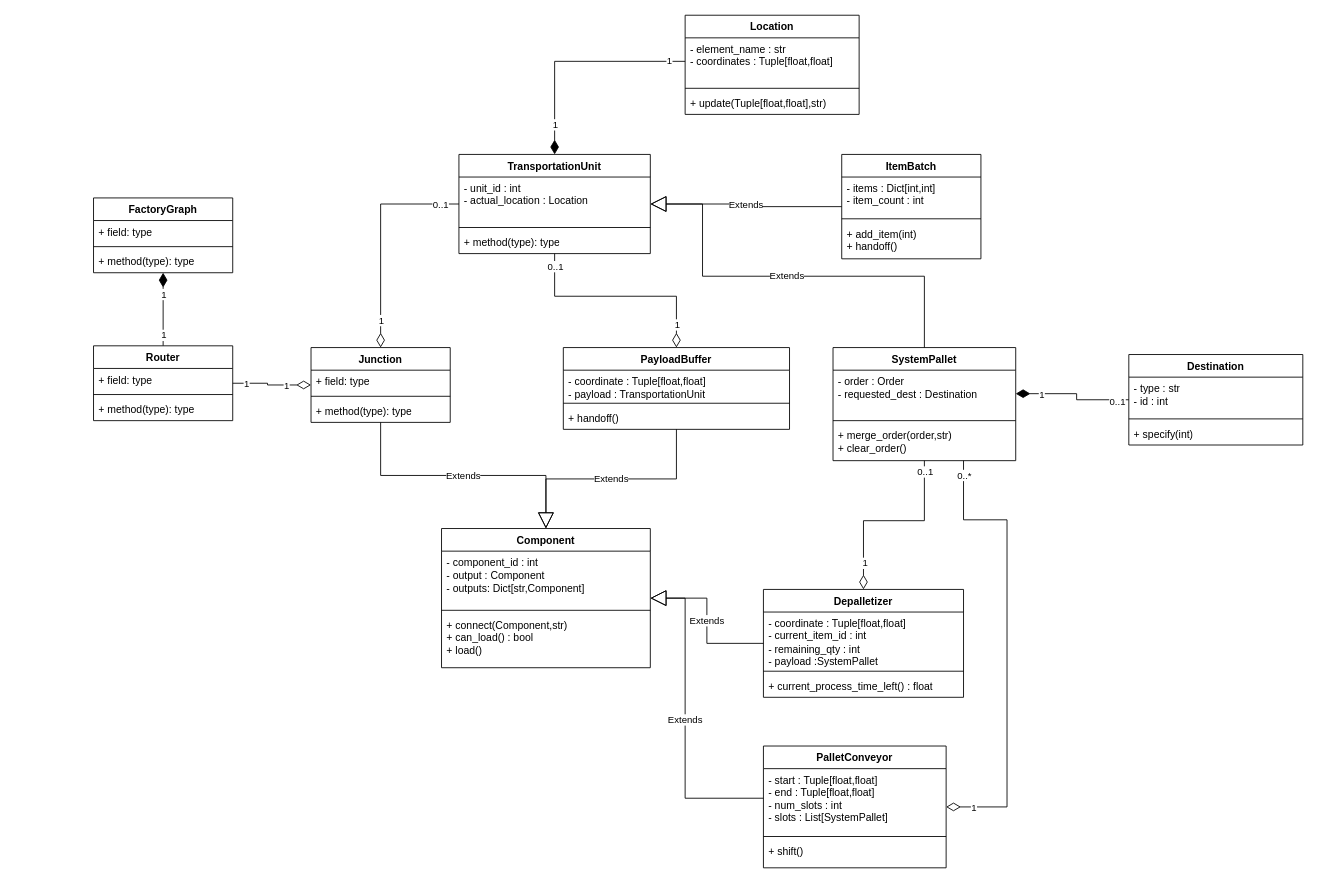
This is docs/uml/logistics_view_class_diagram.drawio from joonaMakiKorte/MaterialFlow, a draw.io file, before an edit. Source tidied: cells renumbered, new cells numbered last; positions are measured from the earlier drawing's top-left corner, leaving out a move shared by most shapes. Both pictures are drawn from the tidied source at 87%, with x=0, y=0 at pixel (93, 15).
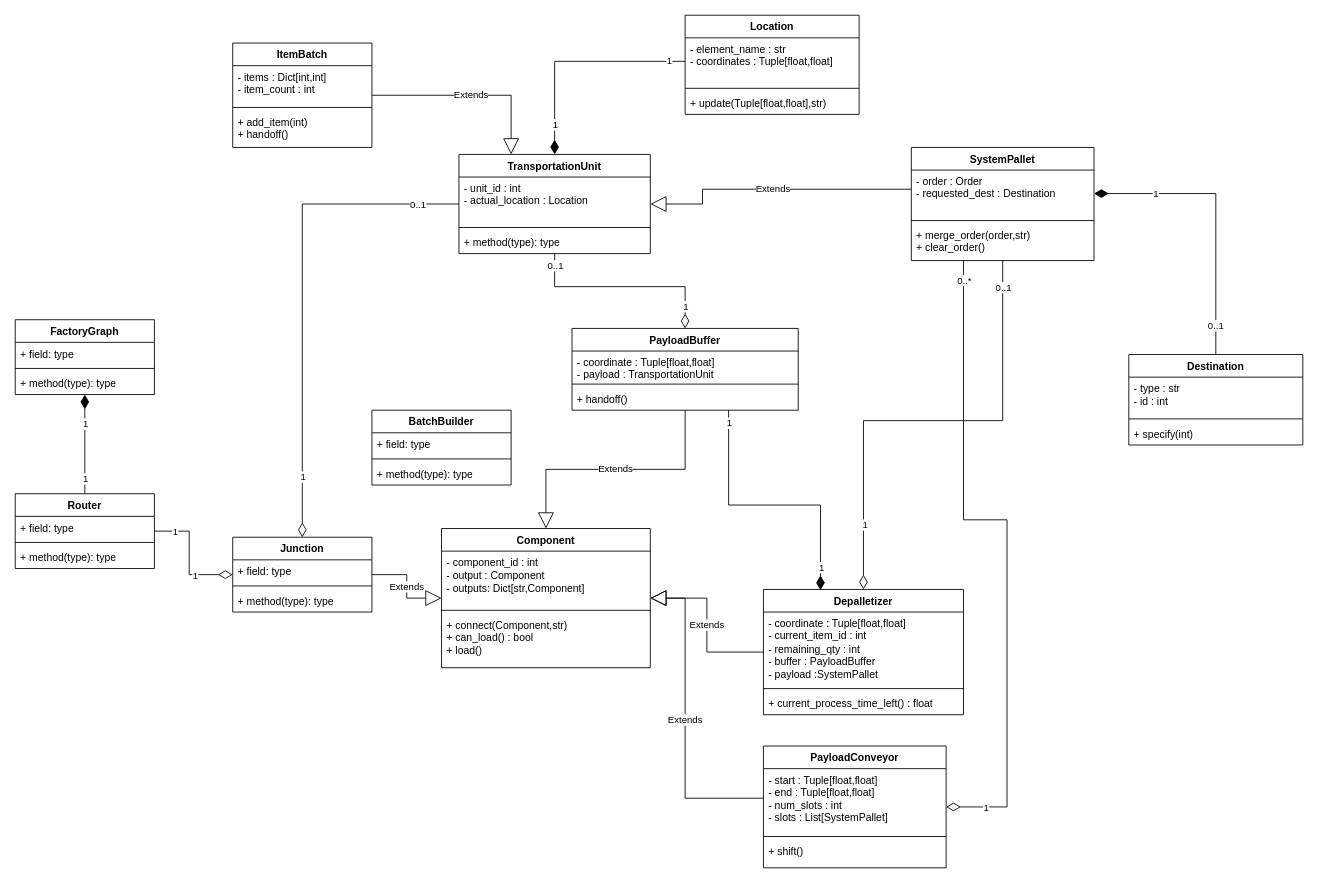
Above is the later version.

Unchanged cells that the change refers to:
```xml
<mxCell id="36" value="TransportationUnit" style="swimlane;fontStyle=1;align=center;verticalAlign=top;horizontal=1;startSize=26;whiteSpace=wrap;html=1;" parent="1" vertex="1">
  <mxGeometry x="420" y="160" width="220" height="114" as="geometry" />
</mxCell>
```

Diff of the diagram source:
```diff
@@
-    <mxCell id="6" value="PalletConveyor" style="swimlane;fontStyle=1;align=center;verticalAlign=top;horizontal=1;startSize=26;whiteSpace=wrap;html=1;" parent="1" vertex="1">
+    <mxCell id="6" value="PayloadConveyor" style="swimlane;fontStyle=1;align=center;verticalAlign=top;horizontal=1;startSize=26;whiteSpace=wrap;html=1;" parent="1" vertex="1">
       <mxGeometry x="770" y="840" width="210" height="140" as="geometry" />
     </mxCell>
@@
     <mxCell id="10" value="PayloadBuffer" style="swimlane;fontStyle=1;align=center;verticalAlign=top;horizontal=1;startSize=26;whiteSpace=wrap;html=1;" parent="1" vertex="1">
-      <mxGeometry x="540" y="382" width="260" height="94" as="geometry" />
+      <mxGeometry x="550" y="360" width="260" height="94" as="geometry" />
     </mxCell>
@@
     <mxCell id="16" value="Depalletizer" style="swimlane;fontStyle=1;align=center;verticalAlign=top;horizontal=1;startSize=26;whiteSpace=wrap;html=1;" parent="1" vertex="1">
-      <mxGeometry x="770" y="660" width="230" height="124" as="geometry" />
+      <mxGeometry x="770" y="660" width="230" height="144" as="geometry" />
     </mxCell>
-    <mxCell id="17" value="- coordinate : Tuple[float,float]&lt;div&gt;- current_item_id : int&lt;/div&gt;&lt;div&gt;- remaining_qty : int&lt;/div&gt;&lt;div&gt;- payload :SystemPallet&lt;/div&gt;" style="text;strokeColor=none;fillColor=none;align=left;verticalAlign=top;spacingLeft=4;spacingRight=4;overflow=hidden;whiteSpace=wrap;html=1;" parent="16" vertex="1">
-      <mxGeometry y="26" width="230" height="64" as="geometry" />
+    <mxCell id="17" value="- coordinate : Tuple[float,float]&lt;div&gt;- current_item_id : int&lt;/div&gt;&lt;div&gt;- remaining_qty : int&lt;/div&gt;&lt;div&gt;- buffer : PayloadBuffer&lt;/div&gt;&lt;div&gt;- payload :SystemPallet&lt;/div&gt;&lt;div&gt;&lt;br&gt;&lt;/div&gt;" style="text;strokeColor=none;fillColor=none;align=left;verticalAlign=top;spacingLeft=4;spacingRight=4;overflow=hidden;whiteSpace=wrap;html=1;" parent="16" vertex="1">
+      <mxGeometry y="26" width="230" height="84" as="geometry" />
     </mxCell>
     <mxCell id="18" style="line;strokeWidth=1;fillColor=none;align=left;verticalAlign=middle;spacingTop=-1;spacingLeft=3;spacingRight=3;labelPosition=right;strokeColor=inherit;" parent="16" vertex="1">
-      <mxGeometry y="90" width="230" height="8" as="geometry" />
+      <mxGeometry y="110" width="230" height="8" as="geometry" />
     </mxCell>
     <mxCell id="19" value="+ current_process_time_left() : float" style="text;strokeColor=none;fillColor=none;align=left;verticalAlign=top;spacingLeft=4;spacingRight=4;overflow=hidden;whiteSpace=wrap;html=1;" parent="16" vertex="1">
-      <mxGeometry y="98" width="230" height="26" as="geometry" />
+      <mxGeometry y="118" width="230" height="26" as="geometry" />
     </mxCell>
@@
     <mxCell id="26" value="SystemPallet" style="swimlane;fontStyle=1;align=center;verticalAlign=top;horizontal=1;startSize=26;whiteSpace=wrap;html=1;" parent="1" vertex="1">
-      <mxGeometry x="850" y="382" width="210" height="130" as="geometry" />
+      <mxGeometry x="940" y="152" width="210" height="130" as="geometry" />
     </mxCell>
@@
     <mxCell id="54" value="ItemBatch" style="swimlane;fontStyle=1;align=center;verticalAlign=top;horizontal=1;startSize=26;whiteSpace=wrap;html=1;" parent="1" vertex="1">
-      <mxGeometry x="860" y="160" width="160" height="120" as="geometry" />
+      <mxGeometry x="160" y="32" width="160" height="120" as="geometry" />
     </mxCell>
@@
     <mxCell id="59" value="Junction" style="swimlane;fontStyle=1;align=center;verticalAlign=top;horizontal=1;startSize=26;whiteSpace=wrap;html=1;" parent="1" vertex="1">
-      <mxGeometry x="250" y="382" width="160" height="86" as="geometry" />
+      <mxGeometry x="160" y="600" width="160" height="86" as="geometry" />
     </mxCell>
@@
     <mxCell id="63" value="FactoryGraph" style="swimlane;fontStyle=1;align=center;verticalAlign=top;horizontal=1;startSize=26;whiteSpace=wrap;html=1;" parent="1" vertex="1">
-      <mxGeometry y="210" width="160" height="86" as="geometry" />
+      <mxGeometry x="-90" y="350" width="160" height="86" as="geometry" />
     </mxCell>
@@
     <mxCell id="73" value="Router" style="swimlane;fontStyle=1;align=center;verticalAlign=top;horizontal=1;startSize=26;whiteSpace=wrap;html=1;" parent="1" vertex="1">
-      <mxGeometry y="380" width="160" height="86" as="geometry" />
+      <mxGeometry x="-90" y="550" width="160" height="86" as="geometry" />
     </mxCell>
@@
     <mxCell id="78" value="Extends" style="endArrow=block;endSize=16;endFill=0;html=1;rounded=0;edgeStyle=orthogonalEdgeStyle;" parent="1" edge="1" source="54" target="36">
-      <mxGeometry relative="1" as="geometry" />
+      <mxGeometry relative="1" as="geometry">
+        <Array as="points">
+          <mxPoint x="480" y="92" />
+        </Array>
+      </mxGeometry>
     </mxCell>
     <mxCell id="79" value="Extends" style="endArrow=block;endSize=16;endFill=0;html=1;rounded=0;edgeStyle=orthogonalEdgeStyle;" parent="1" edge="1" source="26" target="36">
       <mxGeometry relative="1" as="geometry">
         <Array as="points">
-          <mxPoint x="955" y="300" />
-          <mxPoint x="700" y="300" />
+          <mxPoint x="700" y="200" />
           <mxPoint x="700" y="217" />
         </Array>
       </mxGeometry>
     </mxCell>
+    <mxCell id="80" style="edgeStyle=orthogonalEdgeStyle;rounded=0;jettySize=auto;html=1;entryX=0.285;entryY=0.006;entryDx=0;entryDy=0;entryPerimeter=0;endArrow=diamondThin;endFill=1;endSize=14;" parent="1" edge="1" source="10" target="16">
+      <mxGeometry relative="1" as="geometry">
+        <Array as="points">
+          <mxPoint x="730" y="563" />
+          <mxPoint x="836" y="563" />
+        </Array>
+      </mxGeometry>
+    </mxCell>
+    <mxCell id="81" value="1" style="edgeLabel;html=1;align=center;verticalAlign=middle;" parent="80" vertex="1">
+      <mxGeometry x="0.83" y="1" relative="1" as="geometry" />
+    </mxCell>
+    <mxCell id="82" value="1" style="edgeLabel;html=1;align=center;verticalAlign=middle;" parent="80" vertex="1">
+      <mxGeometry x="-0.91" relative="1" as="geometry" />
+    </mxCell>
+    <mxCell id="83" value="BatchBuilder" style="swimlane;fontStyle=1;align=center;verticalAlign=top;horizontal=1;startSize=26;whiteSpace=wrap;html=1;" parent="1" vertex="1">
+      <mxGeometry x="320" y="454" width="160" height="86" as="geometry" />
+    </mxCell>
+    <mxCell id="84" value="+ field: type" style="text;strokeColor=none;fillColor=none;align=left;verticalAlign=top;spacingLeft=4;spacingRight=4;overflow=hidden;whiteSpace=wrap;html=1;" parent="83" vertex="1">
+      <mxGeometry y="26" width="160" height="26" as="geometry" />
+    </mxCell>
+    <mxCell id="85" style="line;strokeWidth=1;fillColor=none;align=left;verticalAlign=middle;spacingTop=-1;spacingLeft=3;spacingRight=3;labelPosition=right;strokeColor=inherit;" parent="83" vertex="1">
+      <mxGeometry y="52" width="160" height="8" as="geometry" />
+    </mxCell>
+    <mxCell id="86" value="+ method(type): type" style="text;strokeColor=none;fillColor=none;align=left;verticalAlign=top;spacingLeft=4;spacingRight=4;overflow=hidden;whiteSpace=wrap;html=1;" parent="83" vertex="1">
+      <mxGeometry y="60" width="160" height="26" as="geometry" />
+    </mxCell>
```
